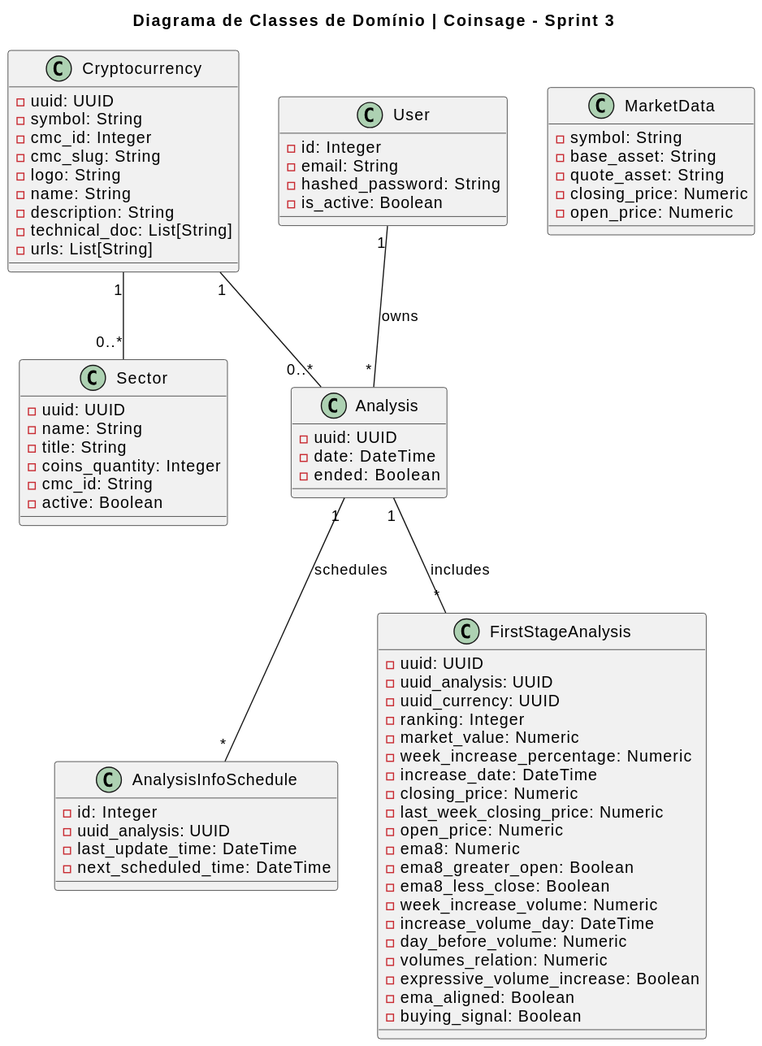
Earlier version of the PlantUML export Artefatos/diagramas/diagrama_de_classes/versions/svgs/current.svg (ICEI-PUC-Minas-PPLES-TI/plf-es-2024-1-ti3-8981100-coinsage).
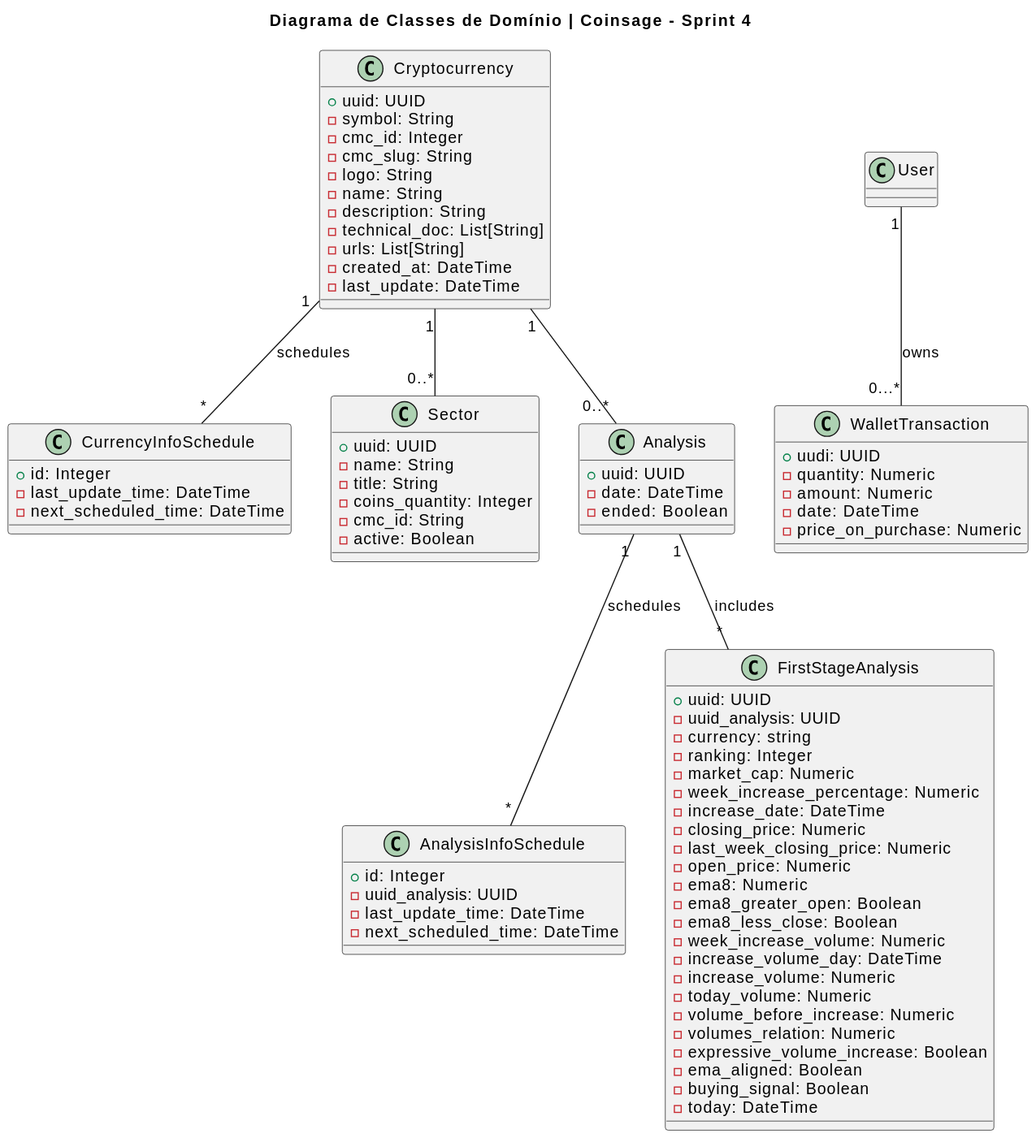
The same diagram one commit later.

Commit message:
updating class diagram

Diff of the diagram source:
```diff
@@ -1,8 +1,8 @@
 @startuml
-title Diagrama de Classes de Domínio | Coinsage - Sprint 3
+title Diagrama de Classes de Domínio | Coinsage - Sprint 4
 
 class Cryptocurrency {
-    - uuid: UUID
+    + uuid: UUID
     - symbol: String
     - cmc_id: Integer
     - cmc_slug: String
@@ -11,10 +11,19 @@
     - description: String
     - technical_doc: List[String]
     - urls: List[String]
+    - created_at: DateTime
+    - last_update: DateTime
+}
+
+class CurrencyInfoSchedule {
+    + id: Integer
+    - last_update_time: DateTime
+    - next_scheduled_time: DateTime
+
 }
 
 class Sector {
-    - uuid: UUID
+    + uuid: UUID
     - name: String
     - title: String
     - coins_quantity: Integer
@@ -23,31 +32,27 @@
 }
 
 class Analysis {
-    - uuid: UUID
+    + uuid: UUID
     - date: DateTime
     - ended: Boolean
 }
 
 class User {
-    - id: Integer
-    - email: String
-    - hashed_password: String
-    - is_active: Boolean
 }
 
 class AnalysisInfoSchedule {
-    - id: Integer
+    + id: Integer
     - uuid_analysis: UUID
     - last_update_time: DateTime
     - next_scheduled_time: DateTime
 }
 
 class FirstStageAnalysis {
-    - uuid: UUID
+    + uuid: UUID
     - uuid_analysis: UUID
-    - uuid_currency: UUID
+    - currency: string
     - ranking: Integer
-    - market_value: Numeric
+    - market_cap: Numeric
     - week_increase_percentage: Numeric
     - increase_date: DateTime
     - closing_price: Numeric
@@ -58,24 +63,28 @@
     - ema8_less_close: Boolean
     - week_increase_volume: Numeric
     - increase_volume_day: DateTime
-    - day_before_volume: Numeric
+    - increase_volume: Numeric
+    - today_volume: Numeric
+    - volume_before_increase: Numeric
     - volumes_relation: Numeric
     - expressive_volume_increase: Boolean
     - ema_aligned: Boolean
     - buying_signal: Boolean
+    - today: DateTime
 }
 
-class MarketData {
-    - symbol: String
-    - base_asset: String
-    - quote_asset: String
-    - closing_price: Numeric
-    - open_price: Numeric
+class WalletTransaction {
+    + uudi: UUID
+    - quantity: Numeric
+    - amount: Numeric
+    - date: DateTime
+    - price_on_purchase: Numeric
 }
 
+Cryptocurrency "1" -- "*" CurrencyInfoSchedule: schedules
 Cryptocurrency "1" -- "0..*" Sector
 Cryptocurrency "1" -- "0..*" Analysis
-User "1" -- "*" Analysis : owns
 Analysis "1" -- "*" AnalysisInfoSchedule : schedules
 Analysis "1" -- "*" FirstStageAnalysis : includes
+User "1" -- "0...*" WalletTransaction : owns
 @enduml
```
